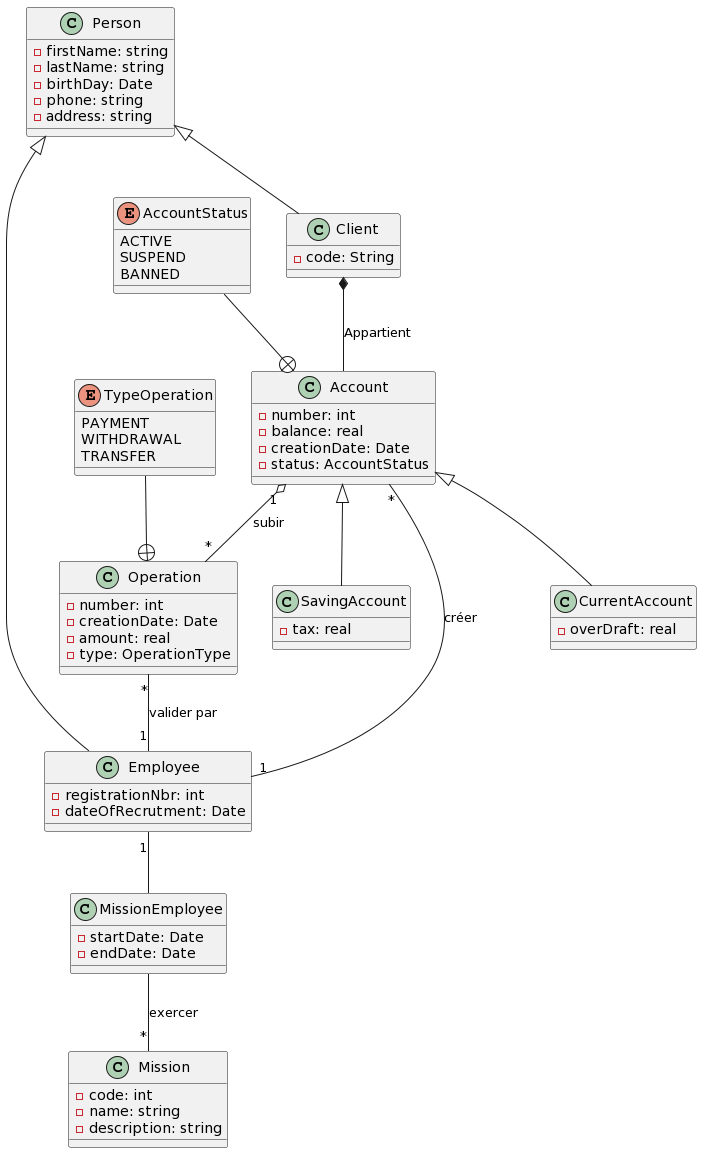
Earlier version of the PlantUML export class.png (aymane-smi/bank-management).
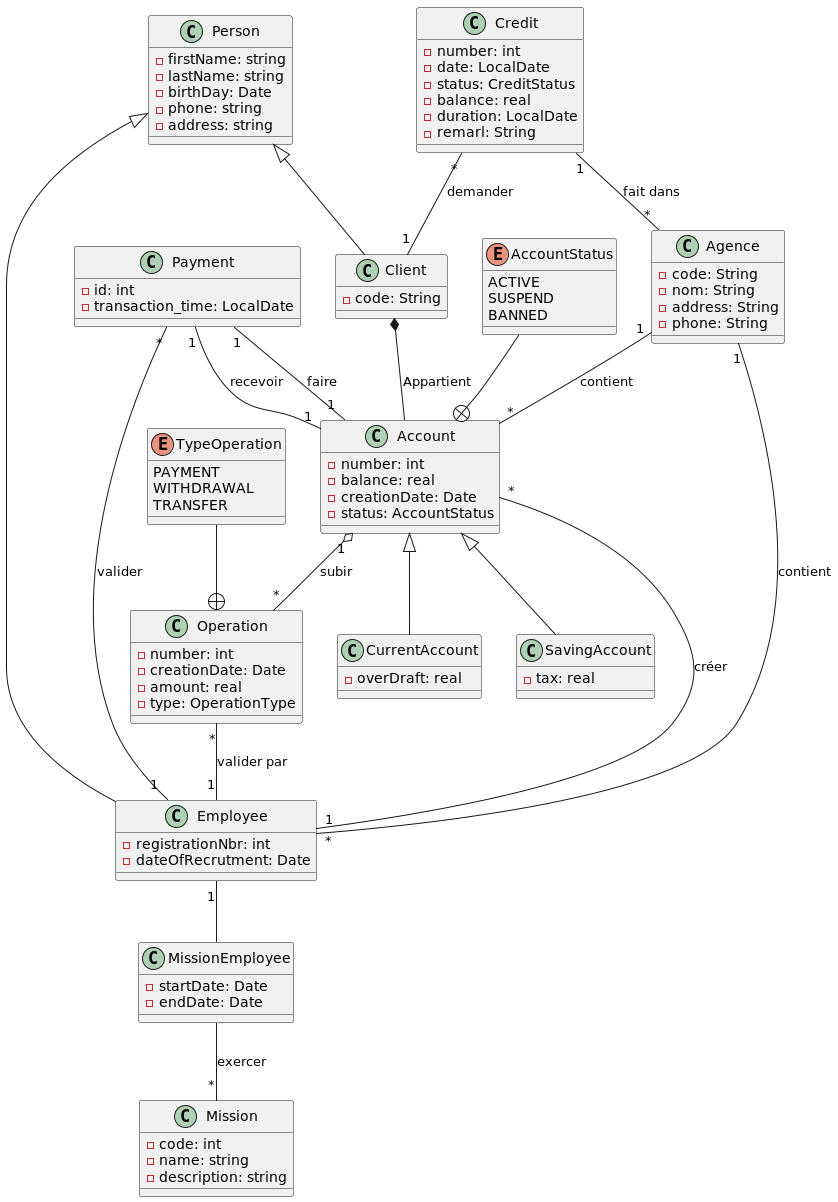
After the change.

What changed in the source:
```diff
@@ -7,6 +7,27 @@
   -birthDay: Date
   -phone: string
   -address: string
+}
+
+class Agence{
+  -code: String
+  -nom: String
+  -address: String
+  -phone: String
+}
+
+class Payment{
+  -id: int
+  -transaction_time: LocalDate
+}
+
+class Credit{
+  -number: int
+  -date: LocalDate
+  -status: CreditStatus
+  -balance: real
+  -duration: LocalDate
+  -remarl: String
 }
 
 class Client extends Person{
@@ -72,4 +93,12 @@
 Employee "1" -- MissionEmployee
 MissionEmployee -- "*" Mission: exercer
 Account "1" o-- "*" Operation: subir
+Agence "1" -- "*" Account: contient
+Agence "1" -- "*" Employee: contient
+Payment "*" -- "1" Employee: valider
+Payment "1" -- "1" Account: faire
+Payment "1" -- "1" Account: recevoir
+Credit "1" -- "*" Agence: fait dans
+Credit "*" -- "1" Client: demander
+
 @enduml
```
